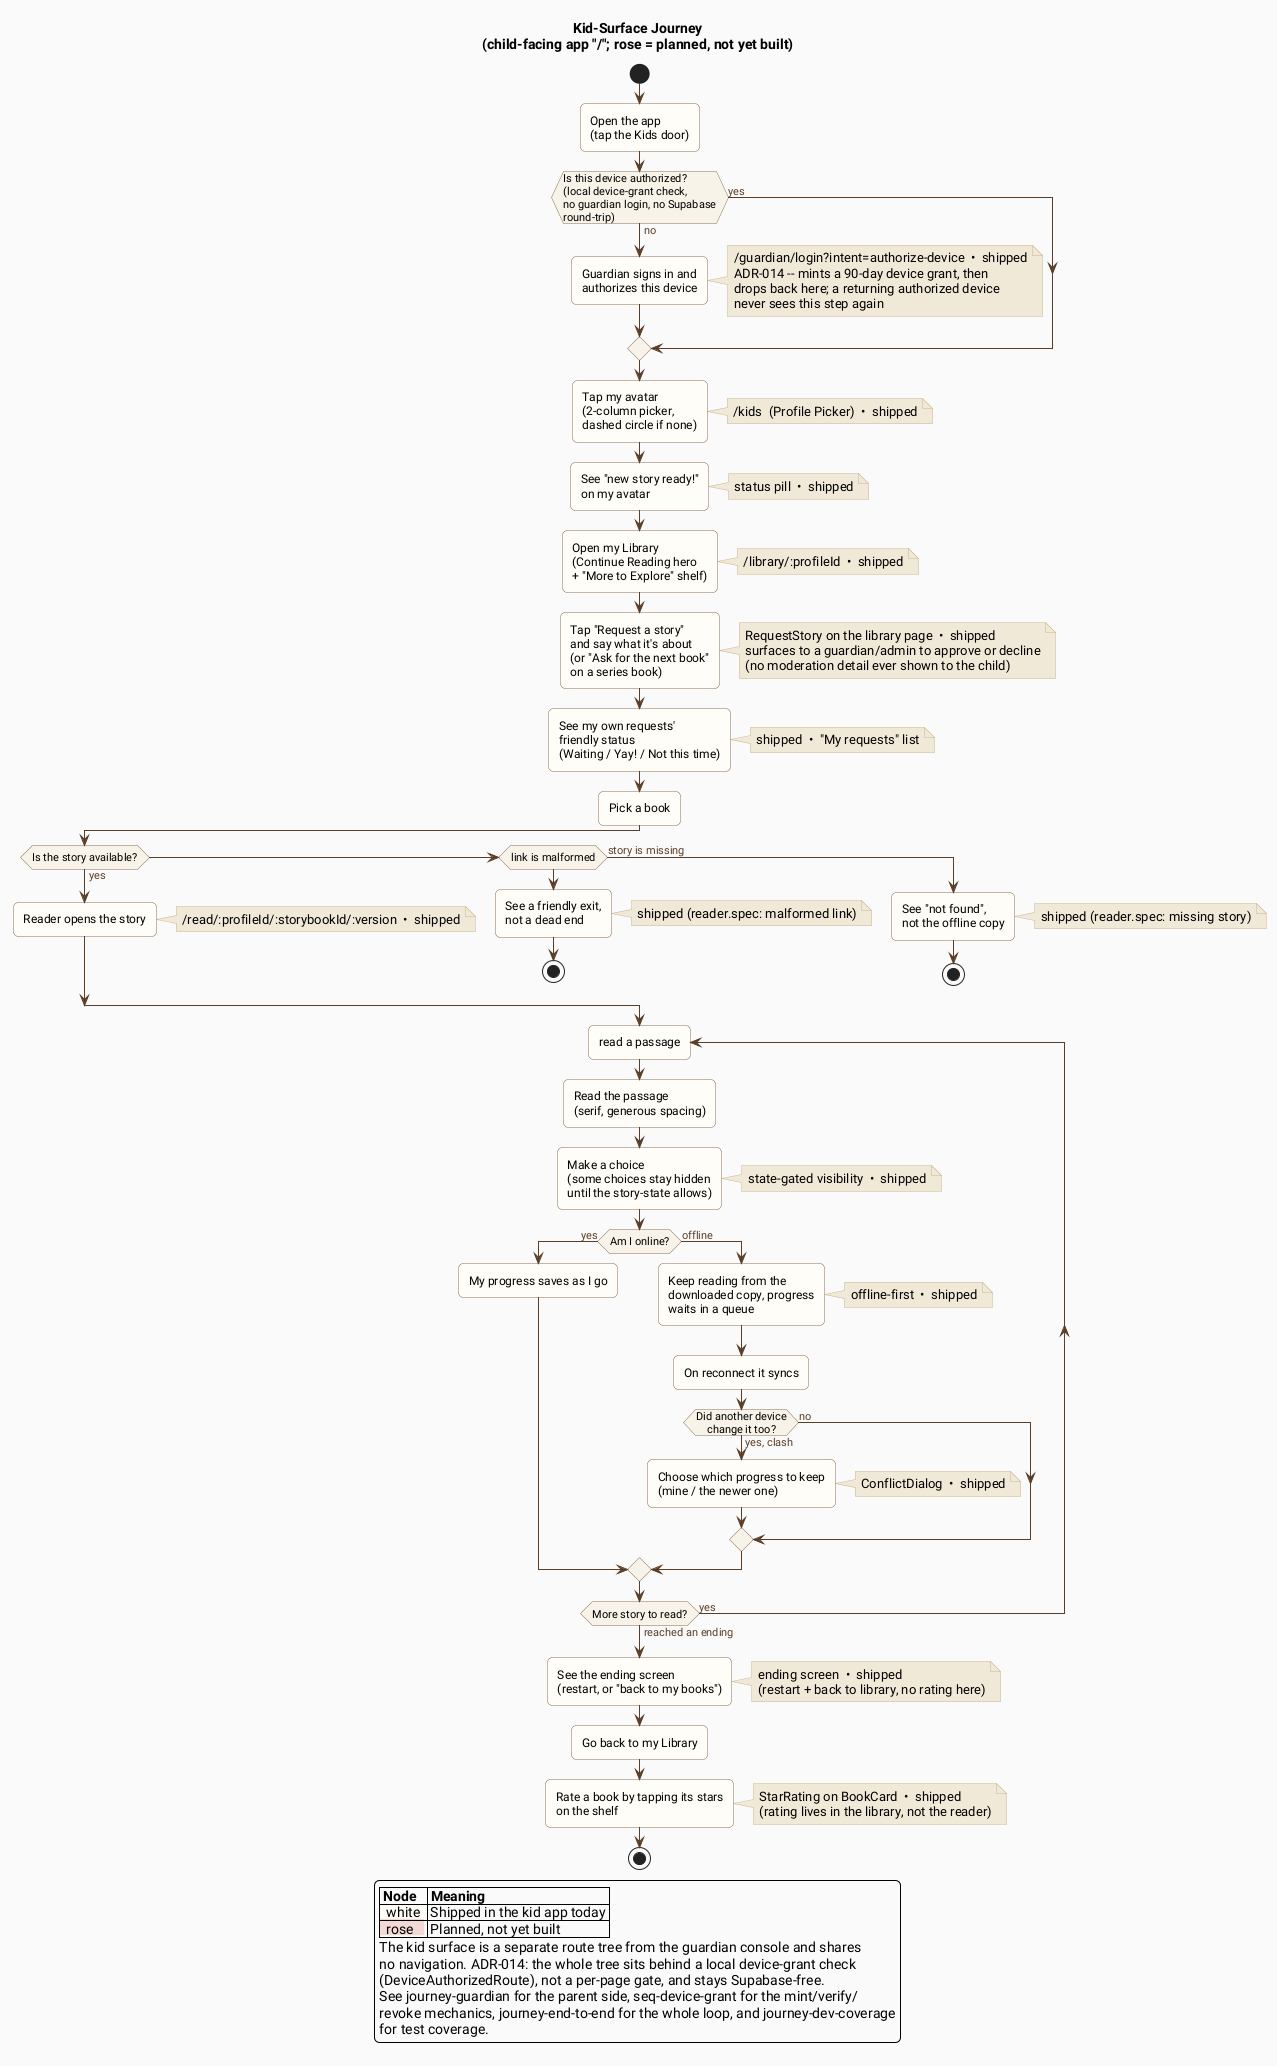
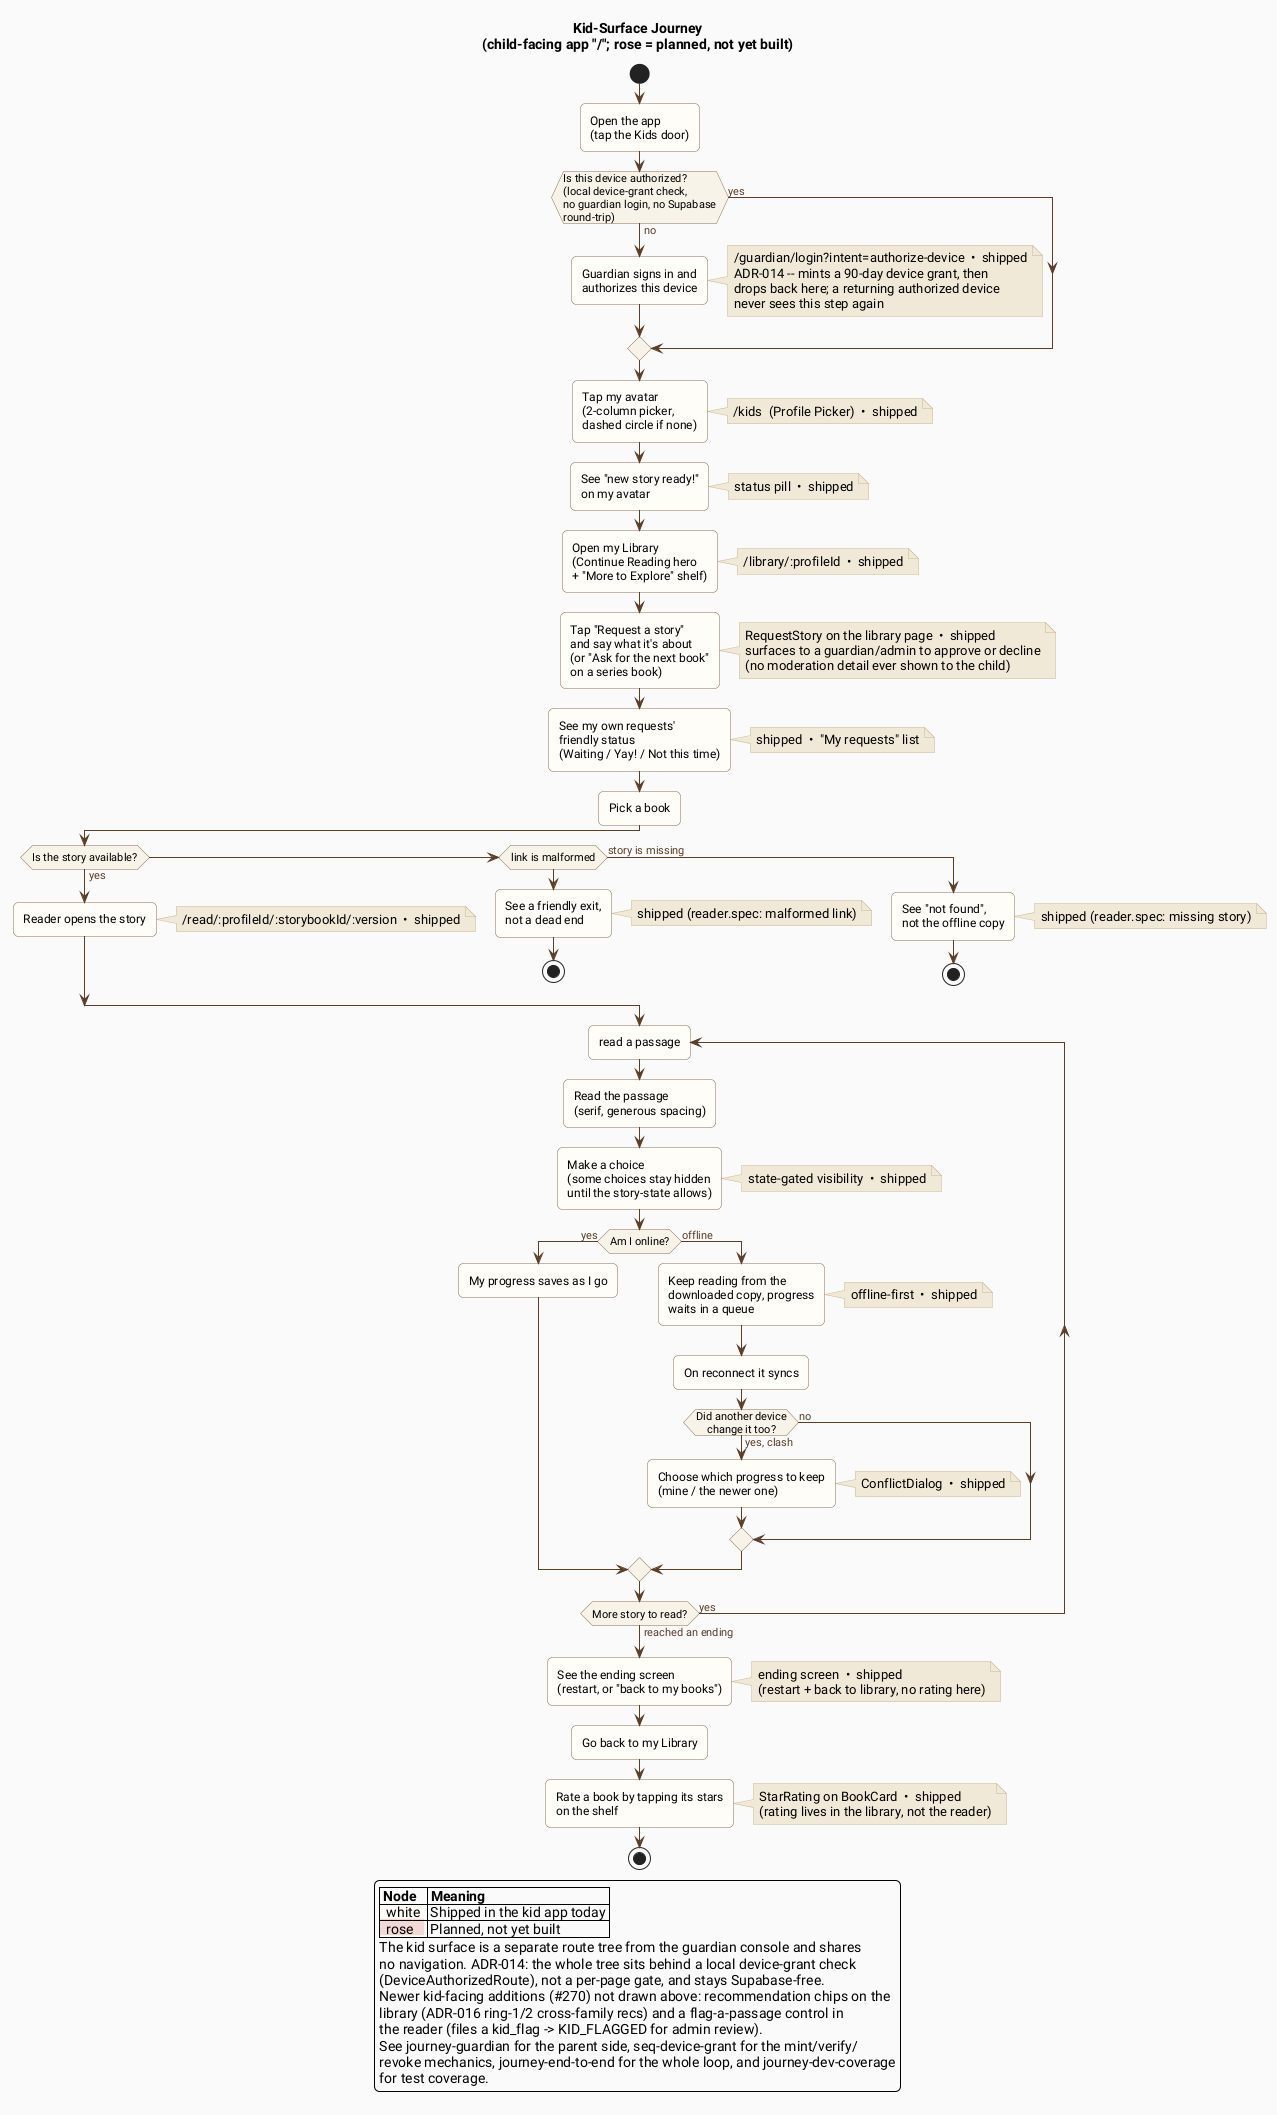
@startuml journey-kid
' ============================================================
' Zoomed User-Experience Flow: Kid Surface
'
' Product/UX-clarity altitude for the child-facing app only (route tree "/").
' Node fill: white = shipped today, rose = planned (not yet built).
'
' Source screens:
'   frontend/src/router.tsx  (kid route tree: /kids, /library/:profileId, /read/...;
'     DeviceAuthorizedRoute wraps the whole tree, ADR-014)
'   frontend/src/auth/DeviceAuthorizedRoute.tsx, auth/deviceGrant.ts (ADR-014:
'     local device-grant check, Supabase-free)
'   frontend/src/landing/LandingPage.tsx  (device-state-aware Kids door)
'   frontend/src/kid/ProfilePickerPage.tsx
'   frontend/src/library/LibraryPage.tsx, BookCard.tsx, StarRating.tsx
'   frontend/src/library/RequestStory.tsx  (child-initiated request, WS-B;
'     shipped, mounted on the library page -- see api/story_requests.py)
'   frontend/src/reader/Reader.tsx, ReaderRoute.tsx, ConflictDialog.tsx
'   Phase 4a mobile UI wireframe concept spec (PR #47, shipped; the source doc under
'     docs/superpowers/specs/ was retired as scratch output once its work merged)
'
' 2026-07-15: the .svg was hand-patched (not regenerated) to match this source's
'   "Ask for the next book" label (renamed from "Continue this story"): no
'   PlantUML renderer producing output consistent with this file's existing
'   layout was available in that session (only an old bundled 2019 jar, whose
'   output differs enough in dimensions/style to make a full regen a much
'   noisier diff than the one-label change it would represent). Regenerate
'   properly with a current PlantUML next time this diagram needs a real
'   layout change.
' ============================================================

title Kid-Surface Journey\n(child-facing app "/"; rose = planned, not yet built)

skinparam defaultFontName "Roboto"
skinparam backgroundColor #FAFAFA
skinparam roundCorner 10
skinparam shadowing false
skinparam ArrowColor #5a3e28
skinparam ArrowFontColor #5a3e28
skinparam ActivityBackgroundColor #FFFDF8
skinparam ActivityBorderColor #8c6f56
skinparam ActivityDiamondBackgroundColor #f8f3e8
skinparam ActivityDiamondBorderColor #8c6f56
skinparam NoteBackgroundColor #F1E9D8
skinparam NoteBorderColor #c9b48f

|#F0D9B8|Child|
start
:Open the app
(tap the Kids door);
if (Is this device authorized?\n(local device-grant check,\nno guardian login, no Supabase\nround-trip)) then (yes)
else (no)
  :Guardian signs in and
  authorizes this device;
  note right: /guardian/login?intent=authorize-device  •  shipped\nADR-014 -- mints a 90-day device grant, then\ndrops back here; a returning authorized device\nnever sees this step again
endif
:Tap my avatar
(2-column picker,
dashed circle if none);
note right: /kids  (Profile Picker)  •  shipped

:See "new story ready!"
on my avatar;
note right: status pill  •  shipped

:Open my Library
(Continue Reading hero
+ "More to Explore" shelf);
note right: /library/:profileId  •  shipped

:Tap "Request a story"
and say what it's about
(or "Ask for the next book"
on a series book);
note right: RequestStory on the library page  •  shipped\nsurfaces to a guardian/admin to approve or decline\n(no moderation detail ever shown to the child)
:See my own requests'
friendly status
(Waiting / Yay! / Not this time);
note right: shipped  •  "My requests" list

:Pick a book;

' error exits are real, tested paths
if (Is the story available?) then (yes)
  :Reader opens the story;
  note right: /read/:profileId/:storybookId/:version  •  shipped
elseif (link is malformed) then
  :See a friendly exit,
  not a dead end;
  note right: shipped (reader.spec: malformed link)
  stop
else (story is missing)
  :See "not found",
  not the offline copy;
  note right: shipped (reader.spec: missing story)
  stop
endif

repeat :read a passage;
  :Read the passage
  (serif, generous spacing);
  :Make a choice
  (some choices stay hidden
  until the story-state allows);
  note right: state-gated visibility  •  shipped
  if (Am I online?) then (yes)
    :My progress saves as I go;
  else (offline)
    :Keep reading from the
    downloaded copy, progress
    waits in a queue;
    note right: offline-first  •  shipped
    :On reconnect it syncs;
    if (Did another device
    change it too?) then (yes, clash)
      :Choose which progress to keep
      (mine / the newer one);
      note right: ConflictDialog  •  shipped
    else (no)
    endif
  endif
repeat while (More story to read?) is (yes) not (reached an ending)

:See the ending screen
(restart, or "back to my books");
note right: ending screen  •  shipped\n(restart + back to library, no rating here)
:Go back to my Library;
:Rate a book by tapping its stars
on the shelf;
note right: StarRating on BookCard  •  shipped\n(rating lives in the library, not the reader)
stop

legend bottom
  |= Node |= Meaning |
  |<back:#FFFDF8>  white  </back>| Shipped in the kid app today |
  |<back:#F3D9D4>  rose   </back>| Planned, not yet built |
  The kid surface is a separate route tree from the guardian console and shares
  no navigation. ADR-014: the whole tree sits behind a local device-grant check
  (DeviceAuthorizedRoute), not a per-page gate, and stays Supabase-free.
+   Newer kid-facing additions (#270) not drawn above: recommendation chips on the
+   library (ADR-016 ring-1/2 cross-family recs) and a flag-a-passage control in
+   the reader (files a kid_flag -> KID_FLAGGED for admin review).
  See journey-guardian for the parent side, seq-device-grant for the mint/verify/
  revoke mechanics, journey-end-to-end for the whole loop, and journey-dev-coverage
  for test coverage.
endlegend

@enduml
